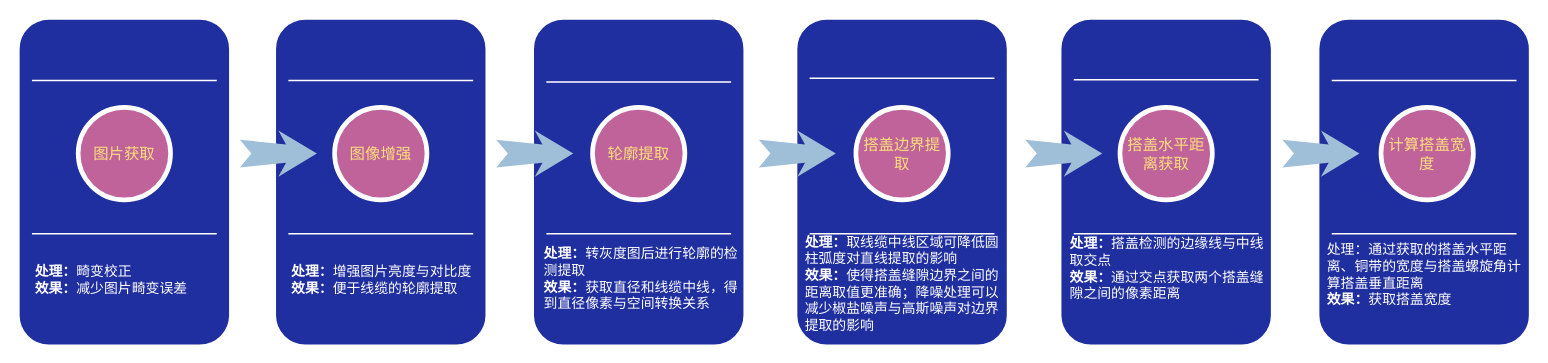
liuyi3013/colab keeps this draw.io diagram as 未命名绘图.drawio. Above is the earlier version. Source tidied: cells renumbered, new cells numbered last; positions are measured from the earlier drawing's top-left corner, leaving out a move shared by most shapes. Both pictures are drawn from the tidied source at 77%, with x=0, y=0 at pixel (16, 16).
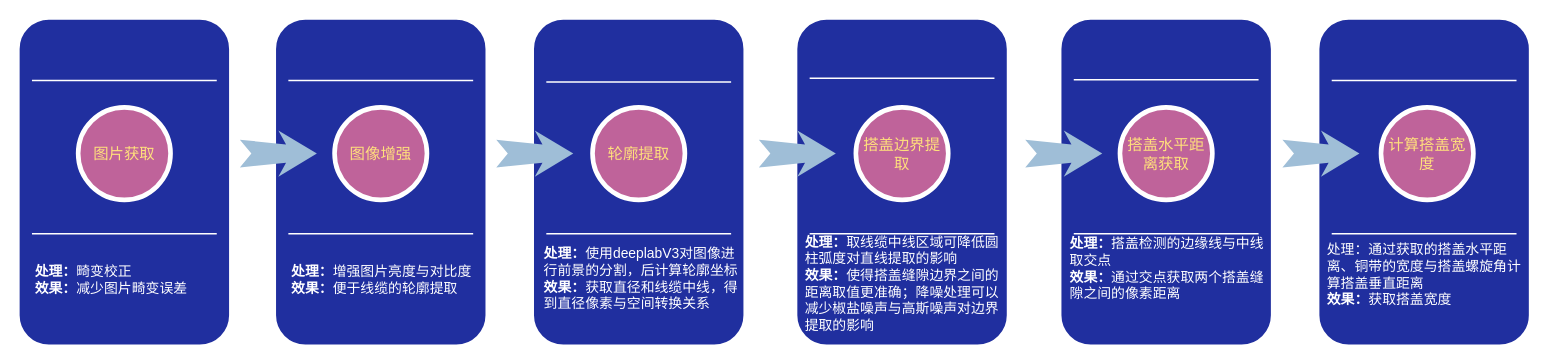
The same diagram, later.

Commit message:
更新未命名绘图.drawio

Diff of the diagram source:
```diff
@@
-    <mxCell id="3" value="&lt;b&gt;处理：&lt;/b&gt;转灰度图后进行轮廓的检测提取&lt;br&gt;&lt;b&gt;效果：&lt;/b&gt;获取直径和线缆中线，得到直径像素与空间转换关系" style="text;html=1;strokeColor=none;fillColor=none;align=left;verticalAlign=middle;whiteSpace=wrap;rounded=0;shadow=0;fontSize=18;fontColor=#FFFFFF;" parent="1" vertex="1">
+    <mxCell id="3" value="&lt;b&gt;处理：&lt;/b&gt;使用deeplabV3对图像进行前景的分割，后计算轮廓坐标&lt;br&gt;&lt;b&gt;效果：&lt;/b&gt;获取直径和线缆中线，得到直径像素与空间转换关系" style="text;html=1;strokeColor=none;fillColor=none;align=left;verticalAlign=middle;whiteSpace=wrap;rounded=0;shadow=0;fontSize=18;fontColor=#FFFFFF;" parent="1" vertex="1">
       <mxGeometry x="682.5" y="296" width="254.5" height="90" as="geometry" />
     </mxCell>
```
